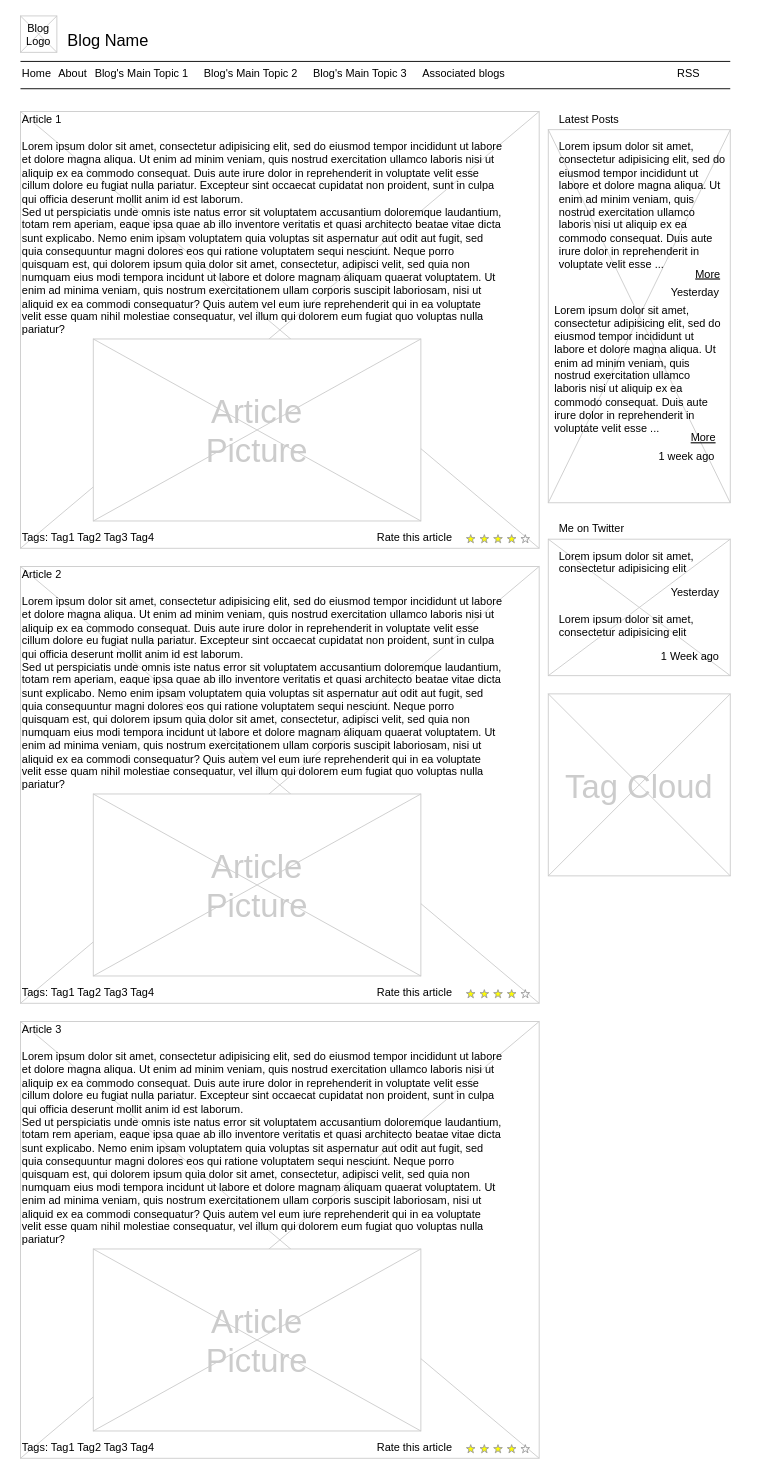
This is contactform.drawio from rosaninha/webappproject, a draw.io file, before an edit. Source tidied: cells renumbered, new cells numbered last; positions are measured from the earlier drawing's top-left corner, leaving out a move shared by most shapes. Both pictures are drawn from the tidied source at 91%, with x=0, y=0 at pixel (20, 15).
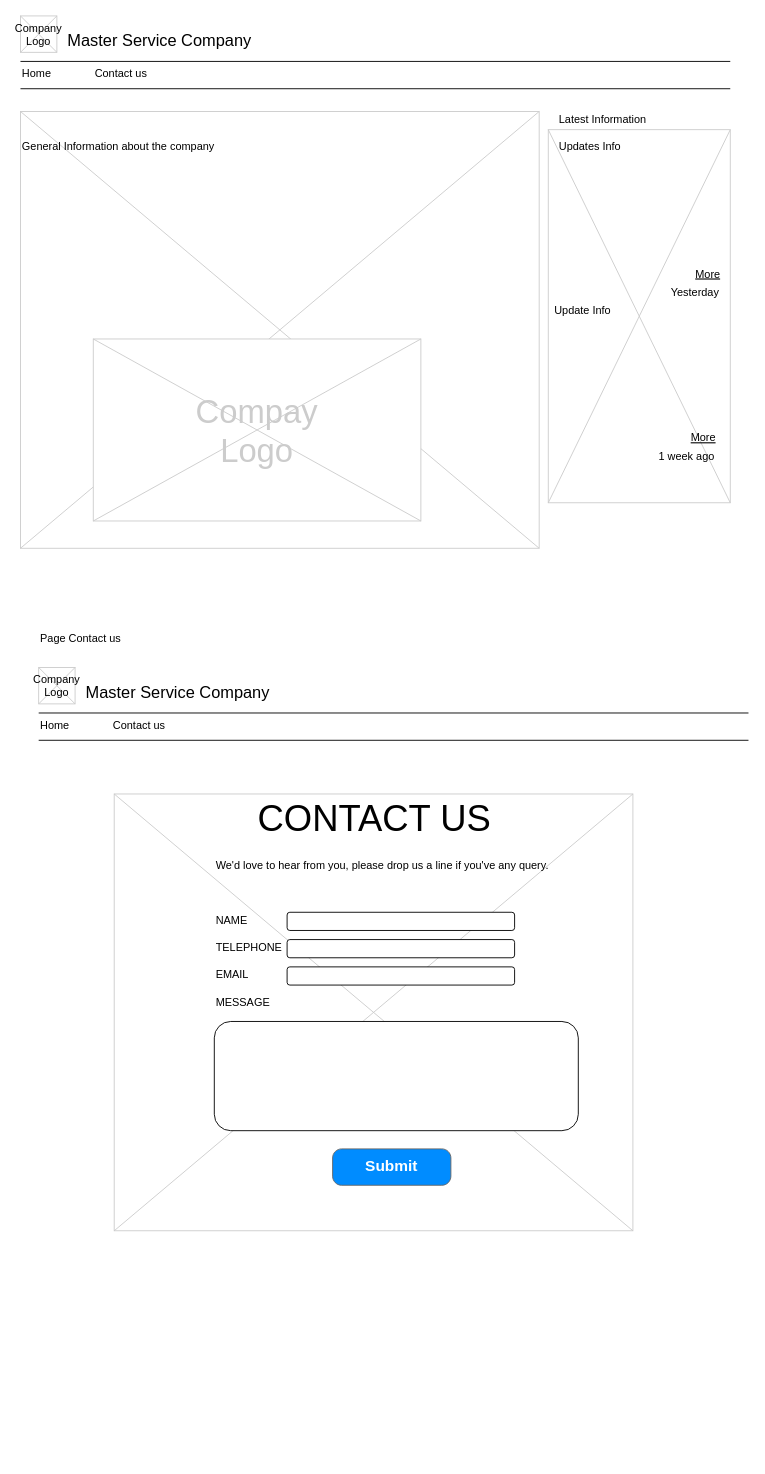
Above is the later version.

Change to the diagram source:
```diff
@@
-    <mxCell id="4" value="Blog Name" style="text;spacingTop=-5;fontSize=18;fontStyle=0;" parent="1" vertex="1">
+    <mxCell id="4" value="Master Service Company" style="text;spacingTop=-5;fontSize=18;fontStyle=0;" parent="1" vertex="1">
       <mxGeometry x="50" y="15" width="230" height="20" as="geometry" />
     </mxCell>
@@
-    <mxCell id="8" value="About" style="text;spacingTop=-5;" parent="1" vertex="1">
-      <mxGeometry x="40" y="55" width="30" height="20" as="geometry" />
-    </mxCell>
-    <mxCell id="9" value="Associated blogs" style="text;spacingTop=-5;" parent="1" vertex="1">
-      <mxGeometry x="440" y="55" width="30" height="20" as="geometry" />
-    </mxCell>
-    <mxCell id="10" value="Article 1" style="text;spacingTop=-5;" parent="1" vertex="1">
-      <mxGeometry y="105" width="30" height="20" as="geometry" />
-    </mxCell>
-    <mxCell id="11" value="Lorem ipsum dolor sit amet, consectetur adipisicing elit, sed do eiusmod tempor incididunt ut labore et dolore magna aliqua. Ut enim ad minim veniam, quis nostrud exercitation ullamco laboris nisi ut aliquip ex ea commodo consequat. Duis aute irure dolor in reprehenderit in voluptate velit esse cillum dolore eu fugiat nulla pariatur. Excepteur sint occaecat cupidatat non proident, sunt in culpa qui officia deserunt mollit anim id est laborum.&#10;Sed ut perspiciatis unde omnis iste natus error sit voluptatem accusantium doloremque laudantium, totam rem aperiam, eaque ipsa quae ab illo inventore veritatis et quasi architecto beatae vitae dicta sunt explicabo. Nemo enim ipsam voluptatem quia voluptas sit aspernatur aut odit aut fugit, sed quia consequuntur magni dolores eos qui ratione voluptatem sequi nesciunt. Neque porro quisquam est, qui dolorem ipsum quia dolor sit amet, consectetur, adipisci velit, sed quia non numquam eius modi tempora incidunt ut labore et dolore magnam aliquam quaerat voluptatem. Ut enim ad minima veniam, quis nostrum exercitationem ullam corporis suscipit laboriosam, nisi ut aliquid ex ea commodi consequatur? Quis autem vel eum iure reprehenderit qui in ea voluptate velit esse quam nihil molestiae consequatur, vel illum qui dolorem eum fugiat quo voluptas nulla pariatur?" style="text;spacingTop=-5;whiteSpace=wrap;align=left;" parent="1" vertex="1">
+    <mxCell id="11" value="General Information about the company" style="text;spacingTop=-5;whiteSpace=wrap;align=left;" parent="1" vertex="1">
       <mxGeometry y="135" width="530" height="250" as="geometry" />
     </mxCell>
-    <mxCell id="12" value="Latest Posts" style="text;spacingTop=-5;" parent="1" vertex="1">
+    <mxCell id="12" value="Latest Information" style="text;spacingTop=-5;" parent="1" vertex="1">
       <mxGeometry x="590" y="105" width="30" height="20" as="geometry" />
     </mxCell>
-    <mxCell id="13" value="RSS" style="text;spacingTop=-5;" parent="1" vertex="1">
-      <mxGeometry x="720" y="55" width="30" height="20" as="geometry" />
-    </mxCell>
-    <mxCell id="14" value="Lorem ipsum dolor sit amet, consectetur adipisicing elit, sed do eiusmod tempor incididunt ut labore et dolore magna aliqua. Ut enim ad minim veniam, quis nostrud exercitation ullamco laboris nisi ut aliquip ex ea commodo consequat. Duis aute irure dolor in reprehenderit in voluptate velit esse ..." style="text;spacingTop=-5;whiteSpace=wrap;align=left;" parent="1" vertex="1">
+    <mxCell id="14" value="Updates Info" style="text;spacingTop=-5;whiteSpace=wrap;align=left;" parent="1" vertex="1">
       <mxGeometry x="590" y="135" width="190" height="140" as="geometry" />
     </mxCell>
@@
-    <mxCell id="17" value="Lorem ipsum dolor sit amet, consectetur adipisicing elit, sed do eiusmod tempor incididunt ut labore et dolore magna aliqua. Ut enim ad minim veniam, quis nostrud exercitation ullamco laboris nisi ut aliquip ex ea commodo consequat. Duis aute irure dolor in reprehenderit in voluptate velit esse ..." style="text;spacingTop=-5;whiteSpace=wrap;align=left;" parent="1" vertex="1">
+    <mxCell id="17" value="Update Info" style="text;spacingTop=-5;whiteSpace=wrap;align=left;" parent="1" vertex="1">
       <mxGeometry x="585" y="315" width="190" height="140" as="geometry" />
     </mxCell>
@@
-    <mxCell id="21" value="Blog &#10;Logo" style="text;spacingTop=-5;align=center;" parent="1" vertex="1">
+    <mxCell id="21" value="Company&#10;Logo" style="text;spacingTop=-5;align=center;" parent="1" vertex="1">
       <mxGeometry y="5" width="40" height="40" as="geometry" />
     </mxCell>
-    <mxCell id="22" value="Blog's Main Topic 1" style="text;spacingTop=-5;" parent="1" vertex="1">
+    <mxCell id="22" value="Contact us" style="text;spacingTop=-5;" parent="1" vertex="1">
       <mxGeometry x="80" y="55" width="30" height="20" as="geometry" />
     </mxCell>
-    <mxCell id="23" value="Blog's Main Topic 2" style="text;spacingTop=-5;" parent="1" vertex="1">
-      <mxGeometry x="200" y="55" width="30" height="20" as="geometry" />
-    </mxCell>
-    <mxCell id="24" value="Blog's Main Topic 3" style="text;spacingTop=-5;" parent="1" vertex="1">
-      <mxGeometry x="320" y="55" width="30" height="20" as="geometry" />
-    </mxCell>
@@
-    <mxCell id="26" value="Article&#10;Picture" style="text;spacingTop=-5;align=center;verticalAlign=middle;fontSize=36;fontColor=#CCCCCC;" parent="1" vertex="1">
+    <mxCell id="26" value="Compay&#10;Logo" style="text;spacingTop=-5;align=center;verticalAlign=middle;fontSize=36;fontColor=#CCCCCC;" parent="1" vertex="1">
       <mxGeometry x="80" y="355" width="360" height="200" as="geometry" />
     </mxCell>
-    <mxCell id="27" style="verticalLabelPosition=bottom;verticalAlign=top;strokeWidth=1;shape=mxgraph.mockup.graphics.iconGrid;strokeColor=#CCCCCC;gridSize=1,1;" parent="1" vertex="1">
-      <mxGeometry y="605" width="570" height="480" as="geometry" />
-    </mxCell>
-    <mxCell id="28" value="Article 2" style="text;spacingTop=-5;" parent="1" vertex="1">
-      <mxGeometry y="605" width="30" height="20" as="geometry" />
-    </mxCell>
-    <mxCell id="29" value="Lorem ipsum dolor sit amet, consectetur adipisicing elit, sed do eiusmod tempor incididunt ut labore et dolore magna aliqua. Ut enim ad minim veniam, quis nostrud exercitation ullamco laboris nisi ut aliquip ex ea commodo consequat. Duis aute irure dolor in reprehenderit in voluptate velit esse cillum dolore eu fugiat nulla pariatur. Excepteur sint occaecat cupidatat non proident, sunt in culpa qui officia deserunt mollit anim id est laborum.&#10;Sed ut perspiciatis unde omnis iste natus error sit voluptatem accusantium doloremque laudantium, totam rem aperiam, eaque ipsa quae ab illo inventore veritatis et quasi architecto beatae vitae dicta sunt explicabo. Nemo enim ipsam voluptatem quia voluptas sit aspernatur aut odit aut fugit, sed quia consequuntur magni dolores eos qui ratione voluptatem sequi nesciunt. Neque porro quisquam est, qui dolorem ipsum quia dolor sit amet, consectetur, adipisci velit, sed quia non numquam eius modi tempora incidunt ut labore et dolore magnam aliquam quaerat voluptatem. Ut enim ad minima veniam, quis nostrum exercitationem ullam corporis suscipit laboriosam, nisi ut aliquid ex ea commodi consequatur? Quis autem vel eum iure reprehenderit qui in ea voluptate velit esse quam nihil molestiae consequatur, vel illum qui dolorem eum fugiat quo voluptas nulla pariatur?" style="text;spacingTop=-5;whiteSpace=wrap;align=left;" parent="1" vertex="1">
-      <mxGeometry y="635" width="530" height="250" as="geometry" />
-    </mxCell>
-    <mxCell id="30" style="verticalLabelPosition=bottom;verticalAlign=top;strokeWidth=1;shape=mxgraph.mockup.graphics.iconGrid;strokeColor=#CCCCCC;gridSize=1,1;" parent="1" vertex="1">
-      <mxGeometry x="80" y="855" width="360" height="200" as="geometry" />
-    </mxCell>
-    <mxCell id="31" value="Article&#10;Picture" style="text;spacingTop=-5;align=center;verticalAlign=middle;fontSize=36;fontColor=#CCCCCC;" parent="1" vertex="1">
-      <mxGeometry x="80" y="855" width="360" height="200" as="geometry" />
-    </mxCell>
     <mxCell id="32" style="verticalLabelPosition=bottom;verticalAlign=top;strokeWidth=1;shape=mxgraph.mockup.graphics.iconGrid;strokeColor=#CCCCCC;gridSize=1,1;" parent="1" vertex="1">
-      <mxGeometry y="1105" width="570" height="480" as="geometry" />
+      <mxGeometry x="103" y="855" width="570" height="480" as="geometry" />
     </mxCell>
-    <mxCell id="33" value="Article 3" style="text;spacingTop=-5;" parent="1" vertex="1">
-      <mxGeometry y="1105" width="30" height="20" as="geometry" />
+    <mxCell id="33" value="CONTACT US" style="text;spacingTop=-5;fontSize=40;" parent="1" vertex="1">
+      <mxGeometry x="259" y="855" width="30" height="20" as="geometry" />
     </mxCell>
-    <mxCell id="34" value="Lorem ipsum dolor sit amet, consectetur adipisicing elit, sed do eiusmod tempor incididunt ut labore et dolore magna aliqua. Ut enim ad minim veniam, quis nostrud exercitation ullamco laboris nisi ut aliquip ex ea commodo consequat. Duis aute irure dolor in reprehenderit in voluptate velit esse cillum dolore eu fugiat nulla pariatur. Excepteur sint occaecat cupidatat non proident, sunt in culpa qui officia deserunt mollit anim id est laborum.&#10;Sed ut perspiciatis unde omnis iste natus error sit voluptatem accusantium doloremque laudantium, totam rem aperiam, eaque ipsa quae ab illo inventore veritatis et quasi architecto beatae vitae dicta sunt explicabo. Nemo enim ipsam voluptatem quia voluptas sit aspernatur aut odit aut fugit, sed quia consequuntur magni dolores eos qui ratione voluptatem sequi nesciunt. Neque porro quisquam est, qui dolorem ipsum quia dolor sit amet, consectetur, adipisci velit, sed quia non numquam eius modi tempora incidunt ut labore et dolore magnam aliquam quaerat voluptatem. Ut enim ad minima veniam, quis nostrum exercitationem ullam corporis suscipit laboriosam, nisi ut aliquid ex ea commodi consequatur? Quis autem vel eum iure reprehenderit qui in ea voluptate velit esse quam nihil molestiae consequatur, vel illum qui dolorem eum fugiat quo voluptas nulla pariatur?" style="text;spacingTop=-5;whiteSpace=wrap;align=left;" parent="1" vertex="1">
-      <mxGeometry y="1135" width="530" height="250" as="geometry" />
-    </mxCell>
-    <mxCell id="35" style="verticalLabelPosition=bottom;verticalAlign=top;strokeWidth=1;shape=mxgraph.mockup.graphics.iconGrid;strokeColor=#CCCCCC;gridSize=1,1;" parent="1" vertex="1">
-      <mxGeometry x="80" y="1355" width="360" height="200" as="geometry" />
-    </mxCell>
-    <mxCell id="36" value="Article&#10;Picture" style="text;spacingTop=-5;align=center;verticalAlign=middle;fontSize=36;fontColor=#CCCCCC;" parent="1" vertex="1">
-      <mxGeometry x="80" y="1355" width="360" height="200" as="geometry" />
-    </mxCell>
-    <mxCell id="37" style="verticalLabelPosition=bottom;verticalAlign=top;strokeWidth=1;shape=mxgraph.mockup.misc.rating;strokeColor=#999999;fillColor=#ffff00;emptyFillColor=#ffffff;grade=4;ratingScale=5;ratingStyle=star;" parent="1" vertex="1">
-      <mxGeometry x="490" y="570" width="77.5" height="10" as="geometry" />
-    </mxCell>
-    <mxCell id="38" value="Rate this article" style="text;spacingTop=-5;" parent="1" vertex="1">
-      <mxGeometry x="390" y="565" width="30" height="20" as="geometry" />
-    </mxCell>
-    <mxCell id="39" style="verticalLabelPosition=bottom;verticalAlign=top;strokeWidth=1;shape=mxgraph.mockup.misc.rating;strokeColor=#999999;fillColor=#ffff00;emptyFillColor=#ffffff;grade=4;ratingScale=5;ratingStyle=star;" parent="1" vertex="1">
-      <mxGeometry x="490" y="1070" width="77.5" height="10" as="geometry" />
-    </mxCell>
-    <mxCell id="40" value="Rate this article" style="text;spacingTop=-5;" parent="1" vertex="1">
-      <mxGeometry x="390" y="1065" width="30" height="20" as="geometry" />
-    </mxCell>
-    <mxCell id="41" style="verticalLabelPosition=bottom;verticalAlign=top;strokeWidth=1;shape=mxgraph.mockup.misc.rating;strokeColor=#999999;fillColor=#ffff00;emptyFillColor=#ffffff;grade=4;ratingScale=5;ratingStyle=star;" parent="1" vertex="1">
-      <mxGeometry x="490" y="1570" width="77.5" height="10" as="geometry" />
-    </mxCell>
-    <mxCell id="42" value="Rate this article" style="text;spacingTop=-5;" parent="1" vertex="1">
-      <mxGeometry x="390" y="1565" width="30" height="20" as="geometry" />
+    <mxCell id="42" value="We'd love to hear from you, please drop us a line if you've any query." style="text;spacingTop=-5;" parent="1" vertex="1">
+      <mxGeometry x="213" y="925" width="30" height="20" as="geometry" />
     </mxCell>
-    <mxCell id="43" value="Tags: Tag1 Tag2 Tag3 Tag4" style="text;spacingTop=-5;" parent="1" vertex="1">
-      <mxGeometry y="565" width="210" height="20" as="geometry" />
-    </mxCell>
-    <mxCell id="44" value="Tags: Tag1 Tag2 Tag3 Tag4" style="text;spacingTop=-5;" parent="1" vertex="1">
-      <mxGeometry y="1065" width="210" height="20" as="geometry" />
-    </mxCell>
-    <mxCell id="45" value="Tags: Tag1 Tag2 Tag3 Tag4" style="text;spacingTop=-5;" parent="1" vertex="1">
-      <mxGeometry y="1565" width="210" height="20" as="geometry" />
-    </mxCell>
-    <mxCell id="46" style="verticalLabelPosition=bottom;verticalAlign=top;strokeWidth=1;shape=mxgraph.mockup.graphics.iconGrid;strokeColor=#CCCCCC;gridSize=1,1;" parent="1" vertex="1">
-      <mxGeometry x="580" y="575" width="200" height="150" as="geometry" />
-    </mxCell>
-    <mxCell id="47" value="Me on Twitter" style="text;spacingTop=-5;" parent="1" vertex="1">
-      <mxGeometry x="590" y="555" width="30" height="20" as="geometry" />
-    </mxCell>
-    <mxCell id="48" value="Lorem ipsum dolor sit amet, consectetur adipisicing elit" style="text;spacingTop=-5;whiteSpace=wrap;align=left;" parent="1" vertex="1">
-      <mxGeometry x="590" y="585" width="190" height="40" as="geometry" />
-    </mxCell>
-    <mxCell id="49" value="Yesterday" style="text;spacingTop=-5;fontStyle=0;align=right;" parent="1" vertex="1">
-      <mxGeometry x="740" y="625" width="30" height="20" as="geometry" />
-    </mxCell>
-    <mxCell id="50" style="verticalLabelPosition=bottom;verticalAlign=top;strokeWidth=1;shape=mxgraph.mockup.graphics.iconGrid;strokeColor=#CCCCCC;gridSize=1,1;" parent="1" vertex="1">
-      <mxGeometry x="580" y="745" width="200" height="200" as="geometry" />
-    </mxCell>
-    <mxCell id="51" value="Tag Cloud" style="text;spacingTop=-5;align=center;verticalAlign=middle;fontSize=36;fontColor=#CCCCCC;" parent="1" vertex="1">
-      <mxGeometry x="580" y="745" width="200" height="200" as="geometry" />
-    </mxCell>
-    <mxCell id="52" value="Lorem ipsum dolor sit amet, consectetur adipisicing elit" style="text;spacingTop=-5;whiteSpace=wrap;align=left;" parent="1" vertex="1">
-      <mxGeometry x="590" y="655" width="190" height="40" as="geometry" />
-    </mxCell>
-    <mxCell id="53" value="1 Week ago" style="text;spacingTop=-5;fontStyle=0;align=right;" parent="1" vertex="1">
-      <mxGeometry x="740" y="695" width="30" height="20" as="geometry" />
-    </mxCell>
+    <mxCell id="54" value="Master Service Company" style="text;spacingTop=-5;fontSize=18;fontStyle=0;" parent="1" vertex="1">
+      <mxGeometry x="70" y="731" width="230" height="20" as="geometry" />
+    </mxCell>
+    <mxCell id="55" style="line;strokeWidth=1;" parent="1" vertex="1">
+      <mxGeometry x="20" y="761" width="780" height="10" as="geometry" />
+    </mxCell>
+    <mxCell id="56" style="line;strokeWidth=1;" parent="1" vertex="1">
+      <mxGeometry x="20" y="791" width="780" height="10" as="geometry" />
+    </mxCell>
+    <mxCell id="57" value="Home" style="text;spacingTop=-5;" parent="1" vertex="1">
+      <mxGeometry x="20" y="771" width="30" height="20" as="geometry" />
+    </mxCell>
+    <mxCell id="58" value="Page Contact us" style="text;spacingTop=-5;" parent="1" vertex="1">
+      <mxGeometry x="20" y="675" width="30" height="20" as="geometry" />
+    </mxCell>
+    <mxCell id="59" style="verticalLabelPosition=bottom;verticalAlign=top;strokeWidth=1;shape=mxgraph.mockup.graphics.iconGrid;strokeColor=#CCCCCC;gridSize=1,1;" parent="1" vertex="1">
+      <mxGeometry x="20" y="716" width="40" height="40" as="geometry" />
+    </mxCell>
+    <mxCell id="60" value="Company&#10;Logo" style="text;spacingTop=-5;align=center;" parent="1" vertex="1">
+      <mxGeometry x="20" y="721" width="40" height="40" as="geometry" />
+    </mxCell>
+    <mxCell id="61" value="Contact us" style="text;spacingTop=-5;" parent="1" vertex="1">
+      <mxGeometry x="100" y="771" width="30" height="20" as="geometry" />
+    </mxCell>
+    <mxCell id="62" value="NAME" style="text;spacingTop=-5;" parent="1" vertex="1">
+      <mxGeometry x="213" y="985" width="30" height="20" as="geometry" />
+    </mxCell>
+    <mxCell id="63" value="TELEPHONE" style="text;spacingTop=-5;" parent="1" vertex="1">
+      <mxGeometry x="213" y="1015" width="30" height="20" as="geometry" />
+    </mxCell>
+    <mxCell id="64" value="EMAIL" style="text;spacingTop=-5;" parent="1" vertex="1">
+      <mxGeometry x="213" y="1045" width="30" height="20" as="geometry" />
+    </mxCell>
+    <mxCell id="65" value="MESSAGE" style="text;spacingTop=-5;" parent="1" vertex="1">
+      <mxGeometry x="213" y="1075" width="30" height="20" as="geometry" />
+    </mxCell>
+    <mxCell id="66" value="Submit" style="strokeWidth=1;shadow=0;dashed=0;align=center;html=1;shape=mxgraph.mockup.buttons.button;strokeColor=#666666;fontColor=#ffffff;mainText=;buttonStyle=round;fontSize=17;fontStyle=1;fillColor=#008cff;whiteSpace=wrap;" parent="1" vertex="1">
+      <mxGeometry x="343" y="1245" width="130" height="40" as="geometry" />
+    </mxCell>
+    <mxCell id="67" style="rounded=1;whiteSpace=wrap;html=1;fontSize=40;" parent="1" vertex="1">
+      <mxGeometry x="293" y="985" width="250" height="20" as="geometry" />
+    </mxCell>
+    <mxCell id="68" style="rounded=1;whiteSpace=wrap;html=1;fontSize=40;" parent="1" vertex="1">
+      <mxGeometry x="293" y="1015" width="250" height="20" as="geometry" />
+    </mxCell>
+    <mxCell id="69" style="rounded=1;whiteSpace=wrap;html=1;fontSize=40;" parent="1" vertex="1">
+      <mxGeometry x="293" y="1045" width="250" height="20" as="geometry" />
+    </mxCell>
+    <mxCell id="70" style="rounded=1;whiteSpace=wrap;html=1;fontSize=40;" parent="1" vertex="1">
+      <mxGeometry x="213" y="1105" width="400" height="120" as="geometry" />
+    </mxCell>
```
